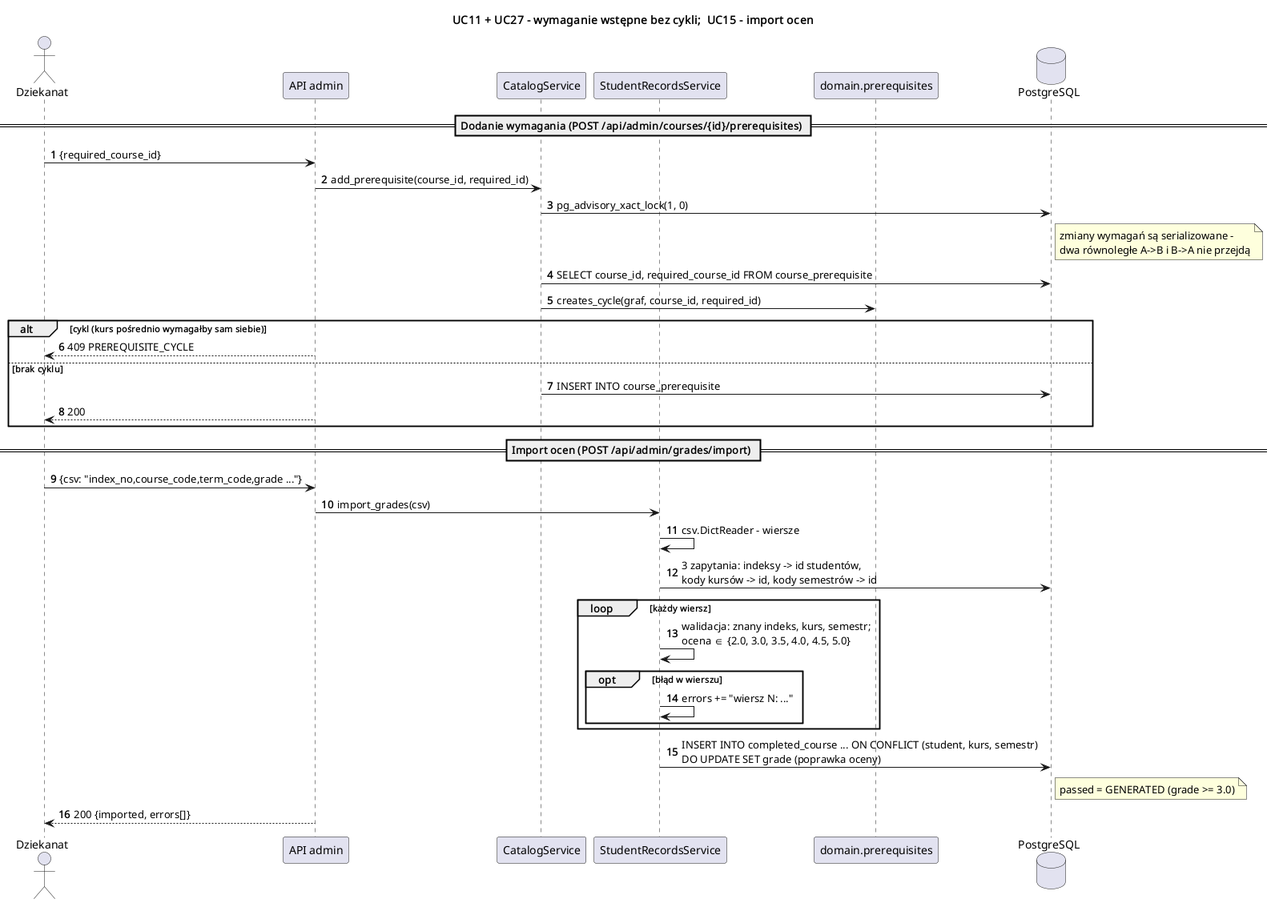
The PlantUML diagram etap3/diagramy/sekwencja_wymagania_import.png in Husaria55/USOSv2, before a commit.
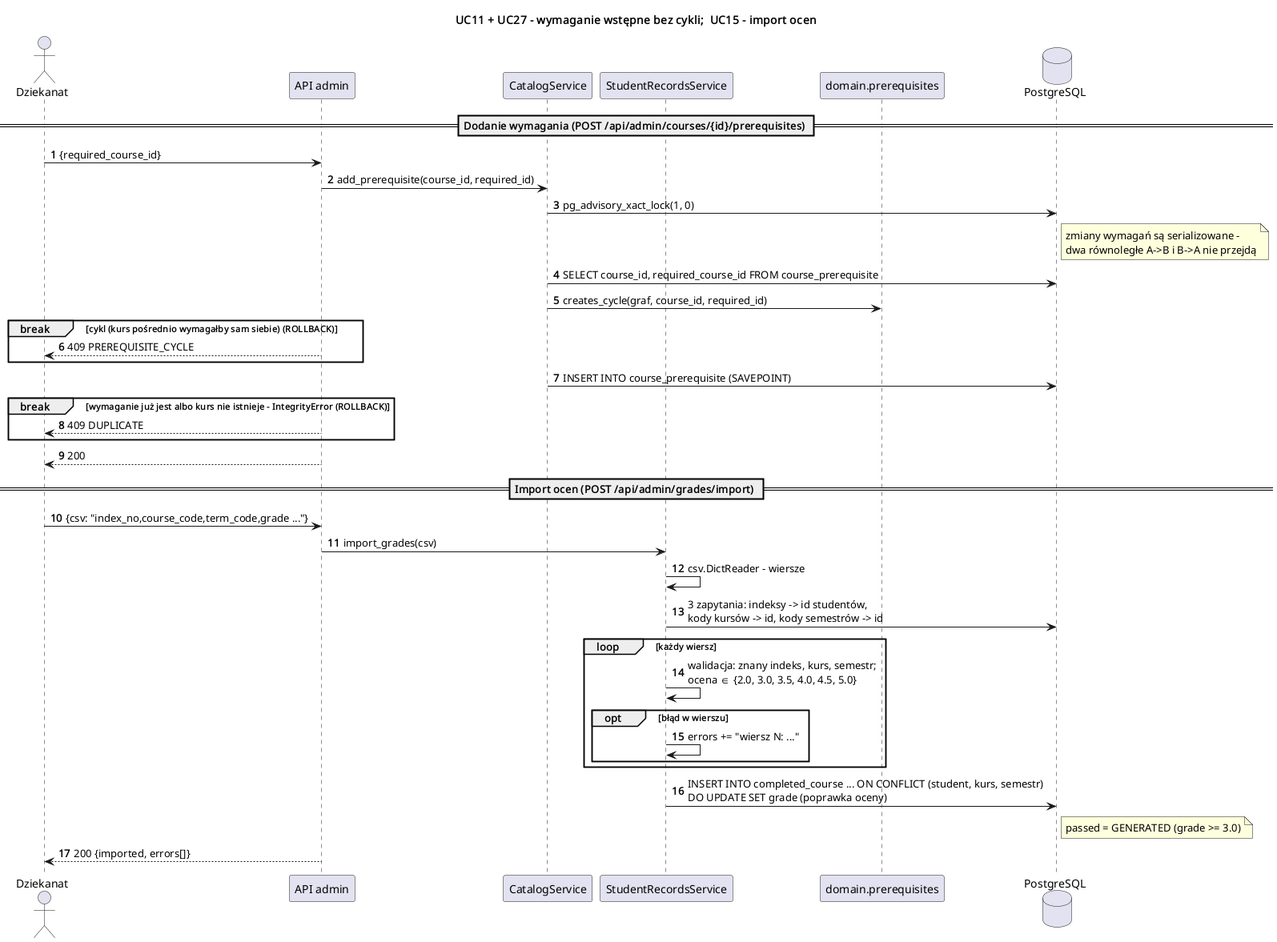
After the commit.

What changed in the source:
```diff
@@ -18,12 +18,14 @@
 note right of db : zmiany wymagań są serializowane -\ndwa równoległe A->B i B->A nie przejdą
 cat -> db : SELECT course_id, required_course_id FROM course_prerequisite
 cat -> dom : creates_cycle(graf, course_id, required_id)
-alt cykl (kurs pośrednio wymagałby sam siebie)
+break cykl (kurs pośrednio wymagałby sam siebie) (ROLLBACK)
   api --> Dziekanat : 409 PREREQUISITE_CYCLE
-else brak cyklu
-  cat -> db : INSERT INTO course_prerequisite
-  api --> Dziekanat : 200
 end
+cat -> db : INSERT INTO course_prerequisite (SAVEPOINT)
+break wymaganie już jest albo kurs nie istnieje - IntegrityError (ROLLBACK)
+  api --> Dziekanat : 409 DUPLICATE
+end
+api --> Dziekanat : 200
 
 == Import ocen (POST /api/admin/grades/import) ==
 Dziekanat -> api : {csv: "index_no,course_code,term_code,grade ..."}
```
